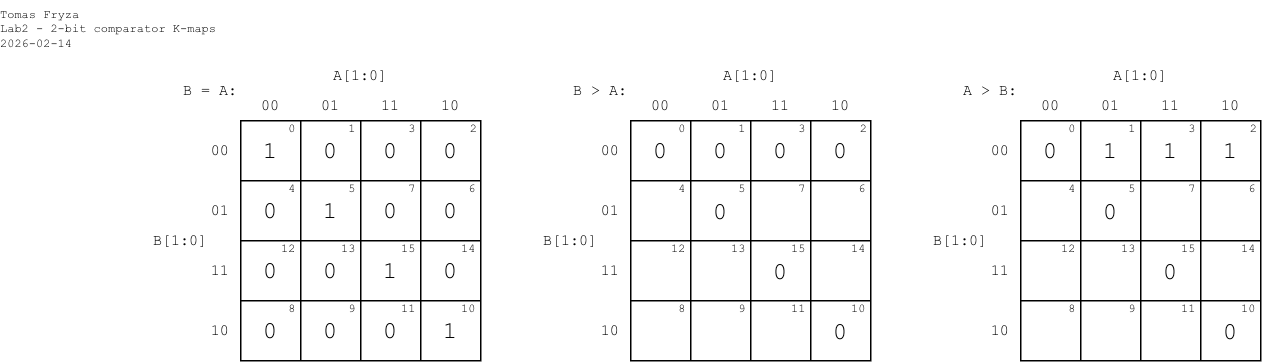
Before: lab2-comparator/images/k-maps.png, a diagram exported from draw.io (tomas-fryza/verilog-examples). Source tidied: cells renumbered, new cells last; positions are measured from the earlier drawing's top-left corner, leaving out a move shared by most shapes.
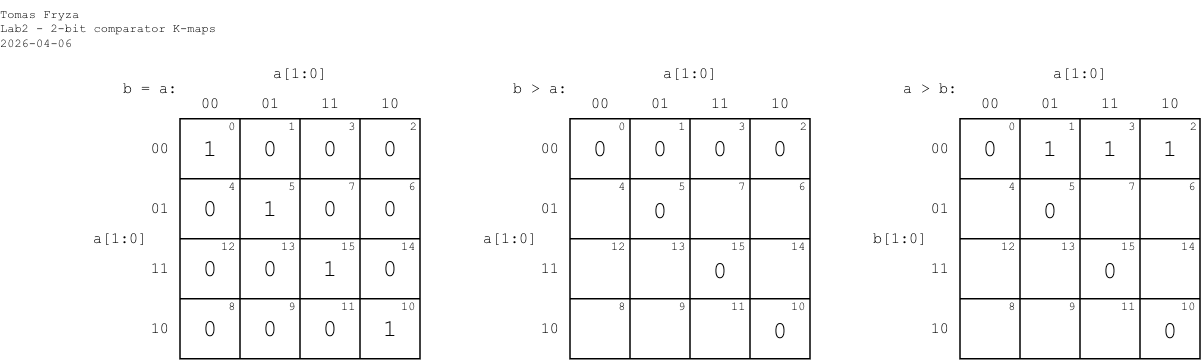
After the change.

The edit, as a diff of the source:
```diff
@@ -59,10 +59,10 @@
     <mxCell id="16" value="10" style="text;html=1;align=center;verticalAlign=middle;whiteSpace=wrap;rounded=0;fontFamily=Courier New;fontSize=10;fillOpacity=100;spacing=0;spacingLeft=3;" parent="1" vertex="1">
       <mxGeometry x="390" y="210" width="30" height="20" as="geometry" />
     </mxCell>
-    <mxCell id="17" value="A[1:0]" style="text;html=1;align=center;verticalAlign=middle;whiteSpace=wrap;rounded=0;fontFamily=Courier New;fontSize=10;fillOpacity=100;spacing=0;spacingLeft=0;" parent="1" vertex="1">
+    <mxCell id="17" value="a[1:0]" style="text;html=1;align=center;verticalAlign=middle;whiteSpace=wrap;rounded=0;fontFamily=Courier New;fontSize=10;fillOpacity=100;spacing=0;spacingLeft=0;" parent="1" vertex="1">
       <mxGeometry x="480" y="40" width="40" height="20" as="geometry" />
     </mxCell>
-    <mxCell id="18" value="B[1:0]" style="text;html=1;align=center;verticalAlign=middle;whiteSpace=wrap;rounded=0;fontFamily=Courier New;fontSize=10;fillOpacity=100;spacing=0;spacingLeft=0;" parent="1" vertex="1">
+    <mxCell id="18" value="a[1:0]" style="text;html=1;align=center;verticalAlign=middle;whiteSpace=wrap;rounded=0;fontFamily=Courier New;fontSize=10;fillOpacity=100;spacing=0;spacingLeft=0;" parent="1" vertex="1">
       <mxGeometry x="360" y="150" width="40" height="20" as="geometry" />
     </mxCell>
     <mxCell id="19" value="0" style="text;html=1;align=right;verticalAlign=top;whiteSpace=wrap;rounded=0;fontFamily=Courier New;fontSize=8;fillOpacity=100;spacing=0;spacingLeft=0;spacingBottom=0;spacingTop=-4;spacingRight=3;" parent="1" vertex="1">
@@ -170,10 +170,10 @@
     <mxCell id="49" value="10" style="text;html=1;align=center;verticalAlign=middle;whiteSpace=wrap;rounded=0;fontFamily=Courier New;fontSize=10;fillOpacity=100;spacing=0;spacingLeft=3;" parent="1" vertex="1">
       <mxGeometry x="650" y="210" width="30" height="20" as="geometry" />
     </mxCell>
-    <mxCell id="50" value="A[1:0]" style="text;html=1;align=center;verticalAlign=middle;whiteSpace=wrap;rounded=0;fontFamily=Courier New;fontSize=10;fillOpacity=100;spacing=0;spacingLeft=0;" parent="1" vertex="1">
+    <mxCell id="50" value="a[1:0]" style="text;html=1;align=center;verticalAlign=middle;whiteSpace=wrap;rounded=0;fontFamily=Courier New;fontSize=10;fillOpacity=100;spacing=0;spacingLeft=0;" parent="1" vertex="1">
       <mxGeometry x="740" y="40" width="40" height="20" as="geometry" />
     </mxCell>
-    <mxCell id="51" value="B[1:0]" style="text;html=1;align=center;verticalAlign=middle;whiteSpace=wrap;rounded=0;fontFamily=Courier New;fontSize=10;fillOpacity=100;spacing=0;spacingLeft=0;" parent="1" vertex="1">
+    <mxCell id="51" value="b[1:0]" style="text;html=1;align=center;verticalAlign=middle;whiteSpace=wrap;rounded=0;fontFamily=Courier New;fontSize=10;fillOpacity=100;spacing=0;spacingLeft=0;" parent="1" vertex="1">
       <mxGeometry x="620" y="150" width="40" height="20" as="geometry" />
     </mxCell>
     <mxCell id="52" value="0" style="text;html=1;align=right;verticalAlign=top;whiteSpace=wrap;rounded=0;fontFamily=Courier New;fontSize=8;fillOpacity=100;spacing=0;spacingLeft=0;spacingBottom=0;spacingTop=-4;spacingRight=3;" parent="1" vertex="1">
@@ -224,8 +224,8 @@
     <mxCell id="67" value="14" style="text;html=1;align=right;verticalAlign=top;whiteSpace=wrap;rounded=0;fontFamily=Courier New;fontSize=8;fillOpacity=100;spacing=0;spacingLeft=0;spacingBottom=0;spacingTop=-4;spacingRight=3;" parent="1" vertex="1">
       <mxGeometry x="820" y="160" width="20" height="20" as="geometry" />
     </mxCell>
-    <mxCell id="68" value="&lt;div&gt;Tomas Fryza&lt;/div&gt;&lt;div&gt;Lab2 - 2-bit comparator K-maps&lt;/div&gt;&lt;div&gt;2026-02-14&lt;/div&gt;" style="text;html=1;align=left;verticalAlign=top;whiteSpace=wrap;rounded=0;fontFamily=Courier New;fontSize=8;fillOpacity=100;spacing=0;spacingLeft=0;" parent="1" vertex="1">
-      <mxGeometry width="170" height="40" as="geometry" />
+    <mxCell id="68" value="&lt;div&gt;Tomas Fryza&lt;/div&gt;&lt;div&gt;Lab2 - 2-bit comparator K-maps&lt;/div&gt;&lt;div&gt;2026-04-06&lt;/div&gt;" style="text;html=1;align=left;verticalAlign=top;whiteSpace=wrap;rounded=0;fontFamily=Courier New;fontSize=8;fillOpacity=100;spacing=0;spacingLeft=0;" parent="1" vertex="1">
+      <mxGeometry x="40" y="1" width="170" height="40" as="geometry" />
     </mxCell>
     <mxCell id="69" value="0" style="text;html=1;align=center;verticalAlign=middle;whiteSpace=wrap;rounded=0;fontFamily=Courier New;fontSize=16;fillOpacity=100;spacing=0;spacingLeft=0;" parent="1" vertex="1">
       <mxGeometry x="420" y="80" width="40" height="40" as="geometry" />
@@ -251,10 +251,10 @@
     <mxCell id="76" value="1" style="text;html=1;align=center;verticalAlign=middle;whiteSpace=wrap;rounded=0;fontFamily=Courier New;fontSize=16;fillOpacity=100;spacing=0;spacingLeft=0;" parent="1" vertex="1">
       <mxGeometry x="800" y="80" width="40" height="40" as="geometry" />
     </mxCell>
-    <mxCell id="77" value="B &amp;gt; A:" style="text;html=1;align=center;verticalAlign=middle;whiteSpace=wrap;rounded=0;fontFamily=Courier New;fontSize=10;fillOpacity=100;spacing=0;spacingLeft=0;" parent="1" vertex="1">
+    <mxCell id="77" value="b &amp;gt; a:" style="text;html=1;align=center;verticalAlign=middle;whiteSpace=wrap;rounded=0;fontFamily=Courier New;fontSize=10;fillOpacity=100;spacing=0;spacingLeft=0;" parent="1" vertex="1">
       <mxGeometry x="380" y="40" width="40" height="40" as="geometry" />
     </mxCell>
-    <mxCell id="78" value="A &amp;gt; B:" style="text;html=1;align=center;verticalAlign=middle;whiteSpace=wrap;rounded=0;fontFamily=Courier New;fontSize=10;fillOpacity=100;spacing=0;spacingLeft=0;" parent="1" vertex="1">
+    <mxCell id="78" value="a &amp;gt; b:" style="text;html=1;align=center;verticalAlign=middle;whiteSpace=wrap;rounded=0;fontFamily=Courier New;fontSize=10;fillOpacity=100;spacing=0;spacingLeft=0;" parent="1" vertex="1">
       <mxGeometry x="640" y="40" width="40" height="40" as="geometry" />
     </mxCell>
     <mxCell id="79" style="whiteSpace=wrap;html=1;fillColor=none;" parent="1" vertex="1">
@@ -314,10 +314,10 @@
     <mxCell id="93" value="10" style="text;html=1;align=center;verticalAlign=middle;whiteSpace=wrap;rounded=0;fontFamily=Courier New;fontSize=10;fillOpacity=100;spacing=0;spacingLeft=3;" parent="1" vertex="1">
       <mxGeometry x="130" y="210" width="30" height="20" as="geometry" />
     </mxCell>
-    <mxCell id="94" value="A[1:0]" style="text;html=1;align=center;verticalAlign=middle;whiteSpace=wrap;rounded=0;fontFamily=Courier New;fontSize=10;fillOpacity=100;spacing=0;spacingLeft=0;" parent="1" vertex="1">
+    <mxCell id="94" value="a[1:0]" style="text;html=1;align=center;verticalAlign=middle;whiteSpace=wrap;rounded=0;fontFamily=Courier New;fontSize=10;fillOpacity=100;spacing=0;spacingLeft=0;" parent="1" vertex="1">
       <mxGeometry x="220" y="40" width="40" height="20" as="geometry" />
     </mxCell>
-    <mxCell id="95" value="B[1:0]" style="text;html=1;align=center;verticalAlign=middle;whiteSpace=wrap;rounded=0;fontFamily=Courier New;fontSize=10;fillOpacity=100;spacing=0;spacingLeft=0;" parent="1" vertex="1">
+    <mxCell id="95" value="a[1:0]" style="text;html=1;align=center;verticalAlign=middle;whiteSpace=wrap;rounded=0;fontFamily=Courier New;fontSize=10;fillOpacity=100;spacing=0;spacingLeft=0;" parent="1" vertex="1">
       <mxGeometry x="100" y="150" width="40" height="20" as="geometry" />
     </mxCell>
     <mxCell id="96" value="0" style="text;html=1;align=right;verticalAlign=top;whiteSpace=wrap;rounded=0;fontFamily=Courier New;fontSize=8;fillOpacity=100;spacing=0;spacingLeft=0;spacingBottom=0;spacingTop=-4;spacingRight=3;" parent="1" vertex="1">
@@ -380,7 +380,7 @@
     <mxCell id="115" value="0" style="text;html=1;align=center;verticalAlign=middle;whiteSpace=wrap;rounded=0;fontFamily=Courier New;fontSize=16;fillOpacity=100;spacing=0;spacingLeft=0;" parent="1" vertex="1">
       <mxGeometry x="280" y="80" width="40" height="40" as="geometry" />
     </mxCell>
-    <mxCell id="116" value="B = A:" style="text;html=1;align=center;verticalAlign=middle;whiteSpace=wrap;rounded=0;fontFamily=Courier New;fontSize=10;fillOpacity=100;spacing=0;spacingLeft=0;" parent="1" vertex="1">
+    <mxCell id="116" value="b = a:" style="text;html=1;align=center;verticalAlign=middle;whiteSpace=wrap;rounded=0;fontFamily=Courier New;fontSize=10;fillOpacity=100;spacing=0;spacingLeft=0;" parent="1" vertex="1">
       <mxGeometry x="120" y="40" width="40" height="40" as="geometry" />
     </mxCell>
     <mxCell id="117" value="1" style="text;html=1;align=center;verticalAlign=middle;whiteSpace=wrap;rounded=0;fontFamily=Courier New;fontSize=16;fillOpacity=100;spacing=0;spacingLeft=0;" parent="1" vertex="1">
```
